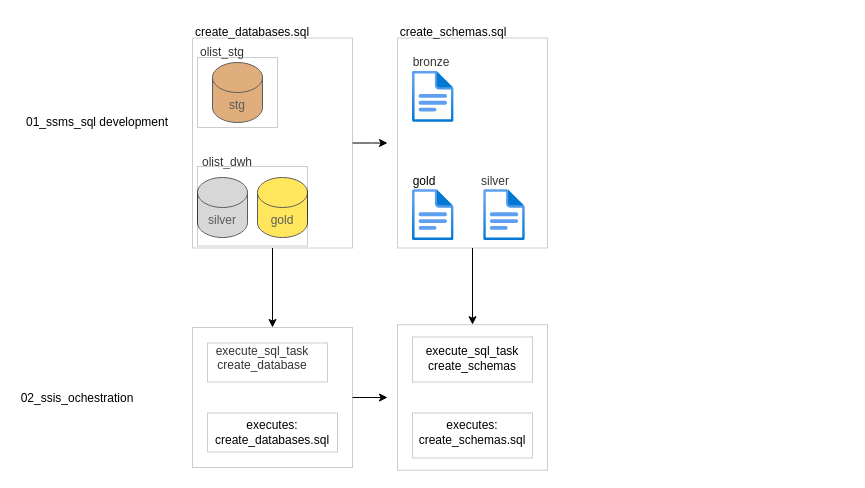
Before: 02_documentation/ssis_flow.drawio in Rofhiwa-Muthivhi/olist_dwh_solution, a draw.io diagram. Source tidied: cells renumbered, new cells numbered last; positions are measured from the earlier drawing's top-left corner, leaving out a move shared by most shapes. Both pictures are drawn from the tidied source at 100%, with x=0, y=0 at pixel (17, 17).
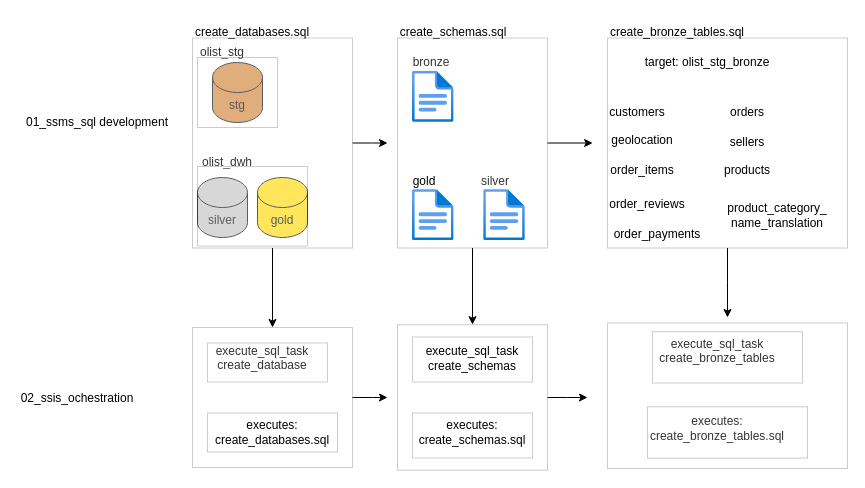
The same page after the edit.

Commit message (it also covers changes not shown here):
Extend ssis workflow diagram with bronze table creation stage.

Unchanged cells that the change refers to:
```xml
<mxCell id="18" style="rounded=0;whiteSpace=wrap;html=1;opacity=20;opacityGroup=1;" parent="1" vertex="1">
  <mxGeometry x="380" y="20.5" width="150" height="210" as="geometry" />
</mxCell>
<mxCell id="28" style="rounded=0;whiteSpace=wrap;html=1;opacity=20;opacityGroup=1;" parent="1" vertex="1">
  <mxGeometry x="380" y="307.2" width="150" height="145.5" as="geometry" />
</mxCell>
```

What changed in the source:
```diff
@@
+    <mxCell id="35" style="edgeStyle=orthogonalEdgeStyle;rounded=0;jettySize=auto;html=1;defaultLabelBackgroundColor=page;" parent="1" edge="1" source="28">
+      <mxGeometry relative="1" as="geometry">
+        <mxPoint x="570" y="380" as="targetPoint" />
+      </mxGeometry>
+    </mxCell>
@@
+    <mxCell id="36" style="edgeStyle=orthogonalEdgeStyle;rounded=0;jettySize=auto;html=1;defaultLabelBackgroundColor=page;" parent="1" edge="1" source="37">
+      <mxGeometry relative="1" as="geometry">
+        <mxPoint x="710" y="300" as="targetPoint" />
+      </mxGeometry>
+    </mxCell>
+    <mxCell id="37" style="rounded=0;whiteSpace=wrap;html=1;opacity=20;opacityGroup=1;" parent="1" vertex="1">
+      <mxGeometry x="590" y="20.5" width="240" height="210" as="geometry" />
+    </mxCell>
+    <mxCell id="38" style="rounded=0;whiteSpace=wrap;html=1;opacity=20;opacityGroup=1;" parent="1" vertex="1">
+      <mxGeometry x="590" y="305.5" width="240" height="145.5" as="geometry" />
+    </mxCell>
+    <mxCell id="39" style="edgeStyle=orthogonalEdgeStyle;rounded=0;jettySize=auto;html=1;entryX=-0.062;entryY=0.5;entryDx=0;entryDy=0;entryPerimeter=0;defaultLabelBackgroundColor=page;" parent="1" edge="1" source="18" target="37">
+      <mxGeometry relative="1" as="geometry" />
+    </mxCell>
+    <mxCell id="40" value="create_bronze_tables.sql" style="text;html=1;whiteSpace=wrap;strokeColor=none;fillColor=none;align=center;verticalAlign=middle;rounded=0;" parent="1" vertex="1">
+      <mxGeometry x="630" width="60" height="30" as="geometry" />
+    </mxCell>
+    <mxCell id="41" value="geolocation" style="text;html=1;whiteSpace=wrap;strokeColor=none;fillColor=none;align=center;verticalAlign=middle;rounded=0;" parent="1" vertex="1">
+      <mxGeometry x="595" y="108" width="60" height="30" as="geometry" />
+    </mxCell>
+    <mxCell id="42" value="customers" style="text;html=1;whiteSpace=wrap;strokeColor=none;fillColor=none;align=center;verticalAlign=middle;rounded=0;" parent="1" vertex="1">
+      <mxGeometry x="590" y="80" width="60" height="30" as="geometry" />
+    </mxCell>
+    <mxCell id="43" value="orders" style="text;html=1;whiteSpace=wrap;strokeColor=none;fillColor=none;align=center;verticalAlign=middle;rounded=0;" parent="1" vertex="1">
+      <mxGeometry x="700" y="80" width="60" height="30" as="geometry" />
+    </mxCell>
+    <mxCell id="44" value="order_items" style="text;html=1;whiteSpace=wrap;strokeColor=none;fillColor=none;align=center;verticalAlign=middle;rounded=0;" parent="1" vertex="1">
+      <mxGeometry x="595" y="138" width="60" height="30" as="geometry" />
+    </mxCell>
+    <mxCell id="45" value="products" style="text;html=1;whiteSpace=wrap;strokeColor=none;fillColor=none;align=center;verticalAlign=middle;rounded=0;" parent="1" vertex="1">
+      <mxGeometry x="700" y="138" width="60" height="30" as="geometry" />
+    </mxCell>
+    <mxCell id="46" value="order_payments" style="text;html=1;whiteSpace=wrap;strokeColor=none;fillColor=none;align=center;verticalAlign=middle;rounded=0;" parent="1" vertex="1">
+      <mxGeometry x="610" y="202" width="60" height="30" as="geometry" />
+    </mxCell>
+    <mxCell id="47" value="sellers" style="text;html=1;whiteSpace=wrap;strokeColor=none;fillColor=none;align=center;verticalAlign=middle;rounded=0;" parent="1" vertex="1">
+      <mxGeometry x="700" y="110" width="60" height="30" as="geometry" />
+    </mxCell>
+    <mxCell id="48" value="product_category_&lt;div&gt;name_translation&lt;/div&gt;" style="text;html=1;whiteSpace=wrap;strokeColor=none;fillColor=none;align=center;verticalAlign=middle;rounded=0;" parent="1" vertex="1">
+      <mxGeometry x="730" y="182.7" width="60" height="30" as="geometry" />
+    </mxCell>
+    <mxCell id="49" value="order_reviews" style="text;html=1;whiteSpace=wrap;strokeColor=none;fillColor=none;align=center;verticalAlign=middle;rounded=0;" parent="1" vertex="1">
+      <mxGeometry x="600" y="172" width="60" height="30" as="geometry" />
+    </mxCell>
+    <mxCell id="50" value="execute_sql_task&lt;div&gt;create_bronze_tables&lt;br&gt;&lt;div&gt;&lt;br&gt;&lt;/div&gt;&lt;/div&gt;" style="text;html=1;whiteSpace=wrap;strokeColor=none;fillColor=none;align=center;verticalAlign=middle;rounded=0;" parent="1" vertex="1">
+      <mxGeometry x="670" y="325.5" width="60" height="30" as="geometry" />
+    </mxCell>
+    <mxCell id="51" value="executes:&lt;div&gt;create_bronze_tables.sql&lt;/div&gt;" style="text;html=1;whiteSpace=wrap;strokeColor=none;fillColor=none;align=center;verticalAlign=middle;rounded=0;" parent="1" vertex="1">
+      <mxGeometry x="670" y="395.5" width="60" height="30" as="geometry" />
+    </mxCell>
+    <mxCell id="52" style="rounded=0;whiteSpace=wrap;html=1;opacity=20;opacityGroup=1;" parent="1" vertex="1">
+      <mxGeometry x="630" y="389.3" width="160" height="51.3" as="geometry" />
+    </mxCell>
+    <mxCell id="53" style="rounded=0;whiteSpace=wrap;html=1;opacity=20;opacityGroup=1;" parent="1" vertex="1">
+      <mxGeometry x="635" y="314.2" width="150" height="51.3" as="geometry" />
+    </mxCell>
+    <mxCell id="54" value="target: olist_stg_bronze" style="text;html=1;whiteSpace=wrap;strokeColor=none;fillColor=none;align=center;verticalAlign=middle;rounded=0;" parent="1" vertex="1">
+      <mxGeometry x="610" y="30" width="160" height="30" as="geometry" />
+    </mxCell>
```
